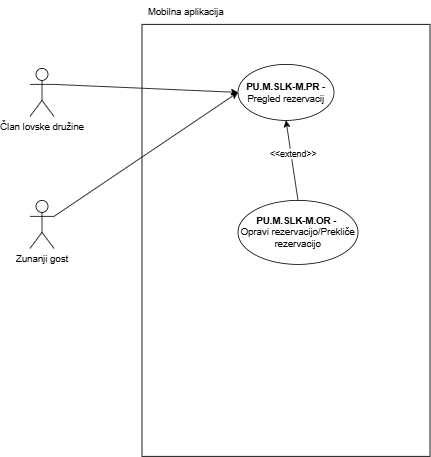
Earlier version of the draw.io export Skrbnistvo lovskih koc-Mobilna aplikacija.drawio.png (ErnestISv/Lovstvo). Source tidied: cells renumbered, new cells last; positions are measured from the earlier drawing's top-left corner, leaving out a move shared by most shapes.
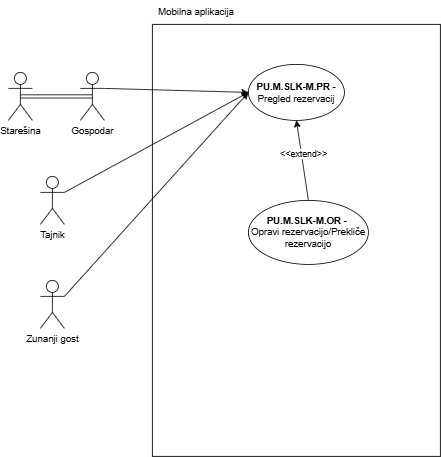
After the change.

Change to the diagram source:
```diff
@@ -20,11 +20,11 @@
     <mxCell id="7" value="&amp;lt;&amp;lt;extend&amp;gt;&amp;gt;" style="edgeLabel;html=1;align=center;verticalAlign=middle;" parent="6" vertex="1">
       <mxGeometry x="0.16" y="-2" relative="1" as="geometry" />
     </mxCell>
-    <mxCell id="8" value="Član lovske družine" style="shape=umlActor;verticalLabelPosition=bottom;verticalAlign=top;html=1;outlineConnect=0;" parent="1" vertex="1">
-      <mxGeometry y="85" width="30" height="60" as="geometry" />
+    <mxCell id="8" value="Gospodar" style="shape=umlActor;verticalLabelPosition=bottom;verticalAlign=top;html=1;outlineConnect=0;" parent="1" vertex="1">
+      <mxGeometry x="50" y="90" width="30" height="60" as="geometry" />
     </mxCell>
     <mxCell id="9" value="Zunanji gost" style="shape=umlActor;verticalLabelPosition=bottom;verticalAlign=top;html=1;outlineConnect=0;" parent="1" vertex="1">
-      <mxGeometry y="250" width="30" height="60" as="geometry" />
+      <mxGeometry y="350" width="30" height="60" as="geometry" />
     </mxCell>
     <mxCell id="10" style="endArrow=classic;html=1;rounded=0;exitX=1;exitY=0.3333333333333333;exitDx=0;exitDy=0;exitPerimeter=0;entryX=0;entryY=0.5;entryDx=0;entryDy=0;" parent="1" edge="1" source="8" target="3">
       <mxGeometry relative="1" as="geometry" />
@@ -32,5 +32,17 @@
     <mxCell id="11" style="endArrow=classic;html=1;rounded=0;exitX=1;exitY=0.3333333333333333;exitDx=0;exitDy=0;exitPerimeter=0;entryX=0;entryY=0.5;entryDx=0;entryDy=0;" parent="1" edge="1" source="9" target="3">
       <mxGeometry relative="1" as="geometry" />
     </mxCell>
+    <mxCell id="12" value="Starešina" style="shape=umlActor;verticalLabelPosition=bottom;verticalAlign=top;html=1;outlineConnect=0;" parent="1" vertex="1">
+      <mxGeometry x="-40" y="90" width="30" height="60" as="geometry" />
+    </mxCell>
+    <mxCell id="13" style="endArrow=classic;html=1;rounded=0;exitX=0.5;exitY=0.5;exitDx=0;exitDy=0;exitPerimeter=0;entryX=0.5;entryY=0.5;entryDx=0;entryDy=0;entryPerimeter=0;shape=link;" parent="1" edge="1" source="12" target="8">
+      <mxGeometry relative="1" as="geometry" />
+    </mxCell>
+    <mxCell id="14" value="Tajnik" style="shape=umlActor;verticalLabelPosition=bottom;verticalAlign=top;html=1;outlineConnect=0;" parent="1" vertex="1">
+      <mxGeometry y="220" width="30" height="60" as="geometry" />
+    </mxCell>
+    <mxCell id="15" style="endArrow=classic;html=1;rounded=0;exitX=1;exitY=0.3333333333333333;exitDx=0;exitDy=0;exitPerimeter=0;entryX=0;entryY=0.5;entryDx=0;entryDy=0;" parent="1" edge="1" source="14" target="3">
+      <mxGeometry relative="1" as="geometry" />
+    </mxCell>
   </root>
 </mxGraphModel>
```
